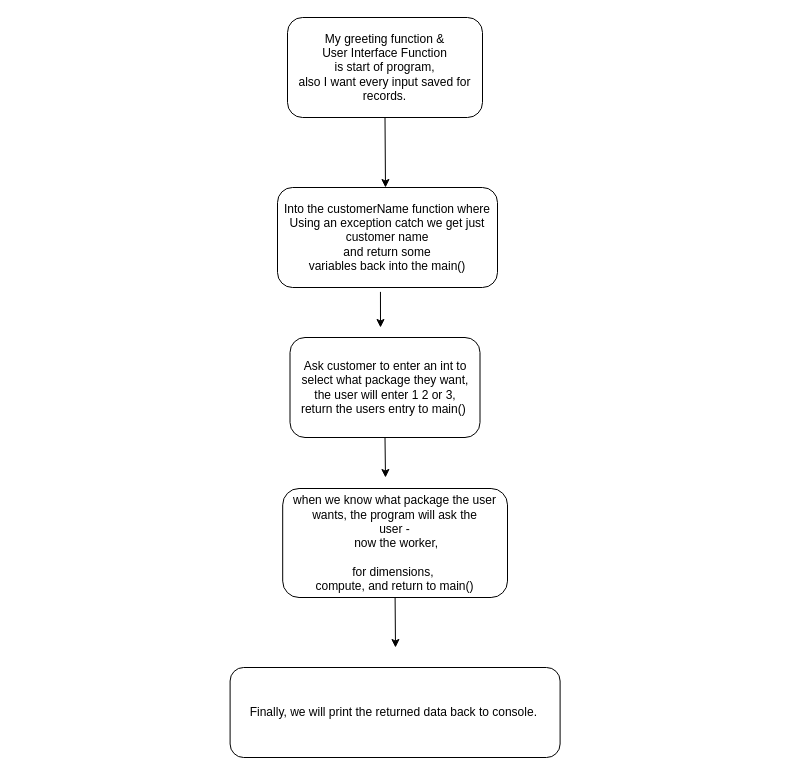
Above: Untitled Diagram.drawio in daytonhaney/soupsandwich2022 (draw.io), before the change. Source tidied: cells renumbered, new cells numbered last; positions are measured from the earlier drawing's top-left corner, leaving out a move shared by most shapes. Both pictures are drawn from the tidied source at 100%, with x=0, y=0 at pixel (230, 17).
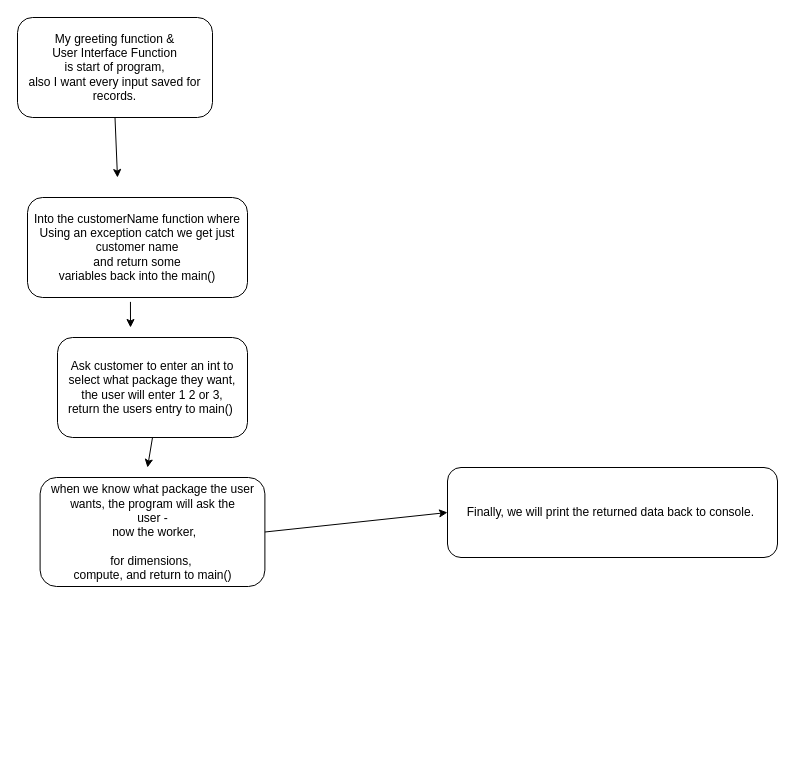
The same diagram, later.

Change to the diagram source:
```diff
@@
 <mxGraphModel>
   <root>
     <mxCell id="0" />
     <mxCell id="1" parent="0" />
     <mxCell id="2" value="My greeting function &amp;amp;&lt;br&gt;User Interface Function&lt;br&gt;is start of program,&lt;br&gt;also I want every input saved for records." style="rounded=1;whiteSpace=wrap;html=1;" parent="1" vertex="1">
-      <mxGeometry x="57" width="195" height="100" as="geometry" />
+      <mxGeometry x="-213" width="195" height="100" as="geometry" />
     </mxCell>
     <mxCell id="3" style="endArrow=classic;html=1;rounded=0;exitX=0.5;exitY=1;exitDx=0;exitDy=0;" parent="1" edge="1" source="2">
       <mxGeometry relative="1" as="geometry">
-        <mxPoint x="155" y="170" as="targetPoint" />
+        <mxPoint x="-113" y="160" as="targetPoint" />
       </mxGeometry>
     </mxCell>
     <mxCell id="4" value="Into the customerName function where&lt;br&gt;Using an exception catch we get just customer name&lt;br&gt;&amp;nbsp;and return some&amp;nbsp;&lt;br&gt;variables back into the main()" style="rounded=1;whiteSpace=wrap;html=1;" parent="1" vertex="1">
-      <mxGeometry x="47" y="170" width="220" height="100" as="geometry" />
+      <mxGeometry x="-203" y="180" width="220" height="100" as="geometry" />
     </mxCell>
     <mxCell id="5" style="endArrow=classic;html=1;rounded=0;exitX=0.468;exitY=1.044;exitDx=0;exitDy=0;exitPerimeter=0;" parent="1" edge="1" source="4">
       <mxGeometry relative="1" as="geometry">
-        <mxPoint x="150" y="310" as="targetPoint" />
+        <mxPoint x="-100" y="310" as="targetPoint" />
       </mxGeometry>
     </mxCell>
     <mxCell id="6" value="Ask customer to enter an int to select what package they want,&lt;br&gt;the user will enter 1 2 or 3,&lt;br&gt;return the users entry to main()&amp;nbsp;" style="rounded=1;whiteSpace=wrap;html=1;" parent="1" vertex="1">
-      <mxGeometry x="59.5" y="320" width="190" height="100" as="geometry" />
+      <mxGeometry x="-173" y="320" width="190" height="100" as="geometry" />
     </mxCell>
     <mxCell id="7" style="endArrow=classic;html=1;rounded=0;exitX=0.5;exitY=1;exitDx=0;exitDy=0;" parent="1" edge="1" source="6">
       <mxGeometry relative="1" as="geometry">
-        <mxPoint x="155" y="460" as="targetPoint" />
+        <mxPoint x="-83" y="450" as="targetPoint" />
       </mxGeometry>
     </mxCell>
     <mxCell id="8" value="when we know what package the user wants, the program will ask the &lt;br&gt;user -&lt;br&gt;&amp;nbsp;now the worker,&lt;br&gt;&lt;br&gt;for dimensions,&amp;nbsp;&lt;br&gt;compute, and return to main()" style="rounded=1;whiteSpace=wrap;html=1;" parent="1" vertex="1">
-      <mxGeometry x="52.2" y="471" width="224.8" height="109" as="geometry" />
+      <mxGeometry x="-190.4" y="460" width="224.8" height="109" as="geometry" />
     </mxCell>
-    <mxCell id="9" style="endArrow=classic;html=1;rounded=0;exitX=0.5;exitY=1;exitDx=0;exitDy=0;" parent="1" edge="1" source="8">
-      <mxGeometry relative="1" as="geometry">
-        <mxPoint x="165" y="630" as="targetPoint" />
-      </mxGeometry>
+    <mxCell id="9" style="endArrow=classic;html=1;rounded=0;exitX=1;exitY=0.5;exitDx=0;exitDy=0;entryX=0;entryY=0.5;entryDx=0;entryDy=0;" parent="1" edge="1" source="8" target="10">
+      <mxGeometry relative="1" as="geometry" />
     </mxCell>
     <mxCell id="10" value="Finally, we will print the returned data back to console.&amp;nbsp;" style="rounded=1;whiteSpace=wrap;html=1;" parent="1" vertex="1">
-      <mxGeometry x="-0.4" y="650" width="330" height="90" as="geometry" />
+      <mxGeometry x="217" y="450" width="330" height="90" as="geometry" />
     </mxCell>
   </root>
 </mxGraphModel>
```
